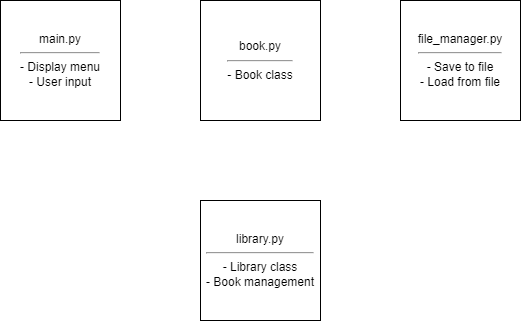
nozibuddowla/library_management keeps this draw.io diagram as library_management_architecture.drawio.png. Above is the earlier version. Source tidied: cells renumbered, new cells last; positions are measured from the earlier drawing's top-left corner, leaving out a move shared by most shapes.
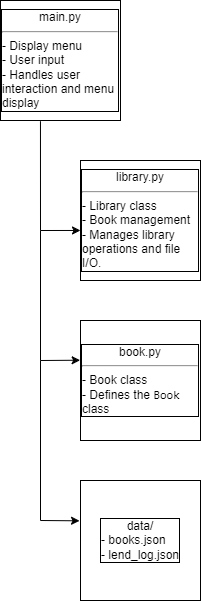
Above is the later version.

Diff of the diagram source:
```diff
@@ -1,30 +1,41 @@
-<mxGraphModel>
+<mxGraphModel background="#FFFFFF">
   <root>
     <mxCell id="0" />
     <mxCell id="1" parent="0" />
-    <mxCell id="2" value="main.py&lt;div&gt;&lt;hr&gt;- Display menu&lt;/div&gt;&lt;div&gt;&lt;span class=&quot;hljs-operator&quot;&gt;-&lt;/span&gt; &lt;span class=&quot;hljs-keyword&quot;&gt;User&lt;/span&gt; input&lt;br&gt;&lt;/div&gt;" style="whiteSpace=wrap;html=1;" parent="1" vertex="1">
-      <mxGeometry width="120" height="120" as="geometry" />
+    <mxCell id="2" value="main.py&lt;div&gt;&lt;hr&gt;&lt;div style=&quot;text-align: left;&quot;&gt;&lt;span style=&quot;--darkreader-inline-bgcolor: initial; --darkreader-inline-color: #e8e6e3;&quot;&gt;- Display menu&lt;/span&gt;&lt;/div&gt;&lt;/div&gt;&lt;div style=&quot;text-align: left;&quot;&gt;&lt;span class=&quot;hljs-operator&quot;&gt;-&lt;/span&gt; &lt;span class=&quot;hljs-keyword&quot;&gt;User&lt;/span&gt; input&lt;br&gt;&lt;/div&gt;&lt;div style=&quot;text-align: left;&quot;&gt;-&amp;nbsp;Handles user interaction and menu display&lt;/div&gt;" style="whiteSpace=wrap;html=1;labelBackgroundColor=none;fontColor=default;labelBorderColor=default;" parent="1" vertex="1">
+      <mxGeometry x="-610" y="50" width="120" height="120" as="geometry" />
     </mxCell>
-    <mxCell id="3" value="book.py&lt;div&gt;&lt;hr&gt;- Book class&lt;/div&gt;" style="whiteSpace=wrap;html=1;" parent="1" vertex="1">
-      <mxGeometry x="200" width="120" height="120" as="geometry" />
+    <mxCell id="3" value="book.py&lt;div&gt;&lt;hr&gt;&lt;div style=&quot;text-align: left;&quot;&gt;&lt;span style=&quot;--darkreader-inline-bgcolor: initial; --darkreader-inline-color: #e8e6e3;&quot;&gt;- Book class&lt;/span&gt;&lt;/div&gt;&lt;/div&gt;&lt;div style=&quot;text-align: left;&quot;&gt;-&amp;nbsp;&lt;span style=&quot;--darkreader-inline-bgcolor: initial; --darkreader-inline-color: #e8e6e3;&quot;&gt;Defines the &lt;/span&gt;&lt;code style=&quot;--darkreader-inline-bgcolor: initial; --darkreader-inline-color: #e8e6e3;&quot;&gt;Book&lt;/code&gt;&lt;span style=&quot;--darkreader-inline-bgcolor: initial; --darkreader-inline-color: #e8e6e3;&quot;&gt; class&lt;/span&gt;&lt;/div&gt;" style="whiteSpace=wrap;html=1;labelBackgroundColor=none;fontColor=default;labelBorderColor=default;" parent="1" vertex="1">
+      <mxGeometry x="-530" y="370" width="120" height="120" as="geometry" />
     </mxCell>
-    <mxCell id="4" value="file_manager.py&lt;div&gt;&lt;hr&gt;- Save to file &lt;/div&gt;&lt;div&gt;&lt;span class=&quot;hljs-operator&quot;&gt;-&lt;/span&gt; Load &lt;span class=&quot;hljs-keyword&quot;&gt;from&lt;/span&gt; file&lt;br&gt;&lt;/div&gt;" style="whiteSpace=wrap;html=1;" parent="1" vertex="1">
-      <mxGeometry x="400" width="120" height="120" as="geometry" />
-    </mxCell>
-    <mxCell id="5" value="library.py&lt;div&gt;&lt;hr&gt;- Library class&lt;/div&gt;&lt;div&gt;&lt;span class=&quot;hljs-operator&quot;&gt;-&lt;/span&gt;&amp;nbsp;Book management&lt;br&gt;&lt;/div&gt;" style="whiteSpace=wrap;html=1;" parent="1" vertex="1">
-      <mxGeometry x="200" y="200" width="120" height="120" as="geometry" />
+    <mxCell id="5" value="library.py&lt;div&gt;&lt;hr&gt;&lt;div style=&quot;text-align: left;&quot;&gt;&lt;span style=&quot;--darkreader-inline-bgcolor: initial; --darkreader-inline-color: #e8e6e3;&quot;&gt;- Library class&lt;/span&gt;&lt;/div&gt;&lt;/div&gt;&lt;div style=&quot;text-align: left;&quot;&gt;&lt;span class=&quot;hljs-operator&quot;&gt;-&lt;/span&gt;&amp;nbsp;Book management&lt;br&gt;&lt;/div&gt;&lt;div style=&quot;text-align: left;&quot;&gt;-&amp;nbsp;Manages library operations and file I/O.&lt;/div&gt;" style="whiteSpace=wrap;html=1;labelBackgroundColor=none;fontColor=default;labelBorderColor=default;" parent="1" vertex="1">
+      <mxGeometry x="-530" y="210" width="120" height="120" as="geometry" />
     </mxCell>
-    <mxCell id="6" style="endArrow=classic;startArrow=classic;html=1;rounded=0;entryX=1;entryY=0.5;entryDx=0;entryDy=0;exitX=0;exitY=0.5;exitDx=0;exitDy=0;strokeColor=#FFFFFF;" parent="1" edge="1" source="3" target="2">
-      <mxGeometry relative="1" as="geometry" />
-    </mxCell>
-    <mxCell id="7" style="endArrow=classic;startArrow=classic;html=1;rounded=0;entryX=1;entryY=0.5;entryDx=0;entryDy=0;exitX=0;exitY=0.5;exitDx=0;exitDy=0;strokeColor=#FFFFFF;" parent="1" edge="1">
-      <mxGeometry relative="1" as="geometry">
-        <mxPoint x="400" y="59.5" as="sourcePoint" />
-        <mxPoint x="320" y="59.5" as="targetPoint" />
-      </mxGeometry>
-    </mxCell>
-    <mxCell id="8" style="endArrow=classic;startArrow=classic;html=1;rounded=0;exitX=0.5;exitY=1;exitDx=0;exitDy=0;entryX=0.5;entryY=0;entryDx=0;entryDy=0;strokeColor=#FFFFFF;" parent="1" edge="1" source="3" target="5">
-      <mxGeometry relative="1" as="geometry" />
-    </mxCell>
+    <mxCell id="9" style="endArrow=classic;html=1;rounded=0;exitX=0.333;exitY=1.006;exitDx=0;exitDy=0;exitPerimeter=0;entryX=0;entryY=0.583;entryDx=0;entryDy=0;entryPerimeter=0;labelBackgroundColor=none;fontColor=default;labelBorderColor=default;" parent="1" edge="1" source="2" target="5">
+      <mxGeometry relative="1" as="geometry">
+        <Array as="points">
+          <mxPoint x="-570" y="280" />
+        </Array>
+      </mxGeometry>
+    </mxCell>
+    <mxCell id="10" style="endArrow=classic;html=1;rounded=0;entryX=-0.003;entryY=0.331;entryDx=0;entryDy=0;entryPerimeter=0;labelBackgroundColor=none;fontColor=default;labelBorderColor=default;" parent="1" edge="1" target="3">
+      <mxGeometry relative="1" as="geometry">
+        <mxPoint x="-570" y="280" as="sourcePoint" />
+        <Array as="points">
+          <mxPoint x="-570" y="410" />
+        </Array>
+      </mxGeometry>
+    </mxCell>
+    <mxCell id="11" value="data/&lt;br&gt;&lt;div style=&quot;text-align: left;&quot;&gt;&lt;span style=&quot;background-color: initial; color: rgb(0, 0, 0); --darkreader-inline-bgcolor: initial; --darkreader-inline-color: #e8e6e3;&quot;&gt;-&amp;nbsp;books.json&lt;/span&gt;&lt;/div&gt;&lt;div style=&quot;text-align: left;&quot;&gt;&lt;span style=&quot;background-color: initial; color: rgb(0, 0, 0); --darkreader-inline-bgcolor: initial; --darkreader-inline-color: #e8e6e3;&quot;&gt;- lend_log.json&lt;/span&gt;&lt;/div&gt;" style="labelBackgroundColor=none;fontColor=default;labelBorderColor=default;whiteSpace=wrap;html=1;verticalAlign=middle;" parent="1" vertex="1">
+      <mxGeometry x="-530" y="530" width="120" height="120" as="geometry" />
+    </mxCell>
+    <mxCell id="12" style="endArrow=classic;html=1;rounded=0;entryX=-0.008;entryY=0.336;entryDx=0;entryDy=0;entryPerimeter=0;labelBackgroundColor=none;fontColor=default;labelBorderColor=default;" parent="1" edge="1" target="11">
+      <mxGeometry relative="1" as="geometry">
+        <mxPoint x="-570" y="410" as="sourcePoint" />
+        <Array as="points">
+          <mxPoint x="-570" y="570" />
+        </Array>
+      </mxGeometry>
+    </mxCell>
   </root>
 </mxGraphModel>
```
